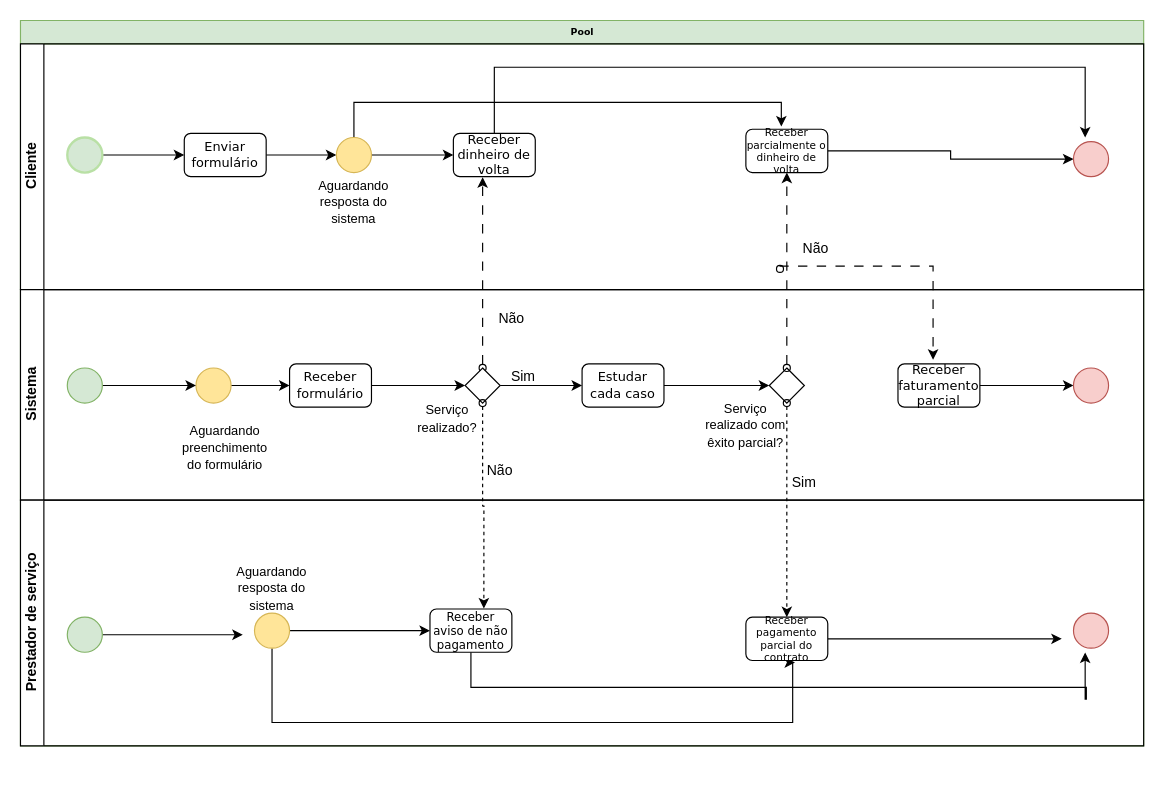
The draw.io diagram Reclamacao.drawio in ThePlano/Projeto-CC5511---ENGENHARIA-DE-SOFTWARE, before the edit. Source tidied: cells renumbered, new cells numbered last; positions are measured from the earlier drawing's top-left corner, leaving out a move shared by most shapes. Both pictures are drawn from the tidied source at 117%, with x=0, y=0 at pixel (20, 20).
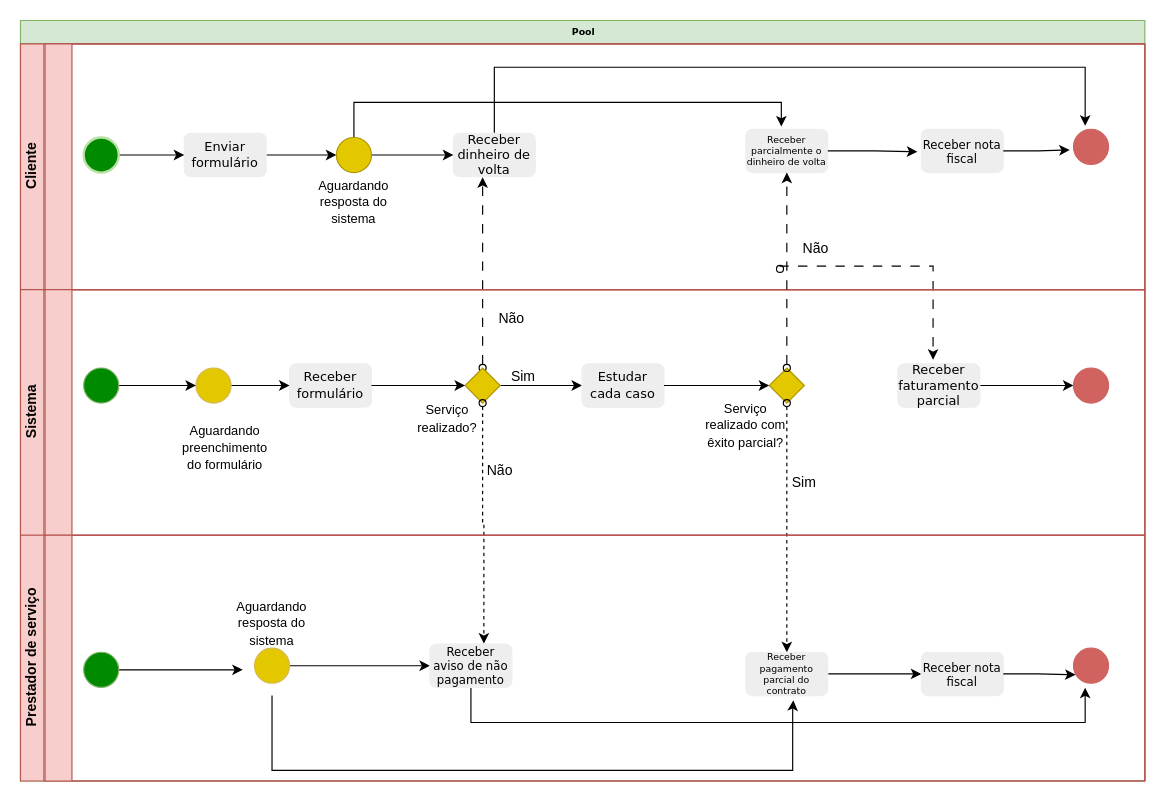
Above is the later version.

Diff of the diagram source:
```diff
@@
     <mxCell id="2" value="Pool" style="swimlane;html=1;horizontal=1;startSize=20;rounded=0;shadow=0;labelBackgroundColor=none;strokeWidth=1;fontFamily=Verdana;fontSize=8;align=center;fillColor=#d5e8d4;strokeColor=#82b366;" parent="1" vertex="1">
-      <mxGeometry width="960" height="620" as="geometry" />
+      <mxGeometry width="961" height="650" as="geometry" />
     </mxCell>
-    <mxCell id="3" value="Cliente" style="swimlane;html=1;startSize=20;horizontal=0;" parent="2" vertex="1">
-      <mxGeometry y="20" width="960" height="210" as="geometry" />
+    <mxCell id="3" value="Cliente" style="swimlane;html=1;startSize=20;horizontal=0;fillColor=#F8CECC;strokeColor=#B85450;" parent="2" vertex="1">
+      <mxGeometry y="20" width="961" height="210" as="geometry" />
     </mxCell>
@@
-    <mxCell id="5" value="&lt;font style=&quot;font-size: 11px;&quot;&gt;Enviar formulário&lt;/font&gt;" style="rounded=1;whiteSpace=wrap;html=1;shadow=0;labelBackgroundColor=none;strokeWidth=1;fontFamily=Verdana;fontSize=8;align=center;" parent="3" vertex="1">
+    <mxCell id="5" value="&lt;font style=&quot;font-size: 11px;&quot;&gt;Enviar formulário&lt;/font&gt;" style="rounded=1;whiteSpace=wrap;html=1;shadow=0;labelBackgroundColor=none;strokeWidth=1;fontFamily=Verdana;fontSize=8;align=center;fillColor=#EEEEEE;strokeColor=#EEEEEE;" parent="3" vertex="1">
       <mxGeometry x="140" y="76.5" width="70" height="37" as="geometry" />
     </mxCell>
@@
-    <mxCell id="7" style="ellipse;whiteSpace=wrap;html=1;rounded=0;shadow=0;labelBackgroundColor=none;strokeWidth=2;fontFamily=Verdana;fontSize=8;align=center;fillColor=#d5e8d4;strokeColor=#B9E0A5;" parent="3" vertex="1">
-      <mxGeometry x="40" y="80" width="30" height="30" as="geometry" />
-    </mxCell>
     <mxCell id="8" style="edgeStyle=orthogonalEdgeStyle;rounded=0;jettySize=auto;html=1;" parent="3" edge="1" source="9">
       <mxGeometry relative="1" as="geometry">
-        <mxPoint x="910" y="80" as="targetPoint" />
+        <mxPoint x="910" y="70" as="targetPoint" />
         <Array as="points">
           <mxPoint x="405" y="20" />
           <mxPoint x="910" y="20" />
         </Array>
       </mxGeometry>
     </mxCell>
-    <mxCell id="9" value="&lt;font style=&quot;font-size: 11px;&quot;&gt;Receber dinheiro de volta&lt;/font&gt;" style="rounded=1;whiteSpace=wrap;html=1;shadow=0;labelBackgroundColor=none;strokeWidth=1;fontFamily=Verdana;fontSize=8;align=center;" parent="3" vertex="1">
+    <mxCell id="9" value="&lt;font style=&quot;font-size: 11px;&quot;&gt;Receber dinheiro de volta&lt;/font&gt;" style="rounded=1;whiteSpace=wrap;html=1;shadow=0;labelBackgroundColor=none;strokeWidth=1;fontFamily=Verdana;fontSize=8;align=center;fillColor=#EEEEEE;strokeColor=#EEEEEE;" parent="3" vertex="1">
       <mxGeometry x="370" y="76.5" width="70" height="37" as="geometry" />
     </mxCell>
@@
-    <mxCell id="12" style="ellipse;whiteSpace=wrap;html=1;rounded=0;shadow=0;labelBackgroundColor=none;strokeWidth=1;fontFamily=Verdana;fontSize=8;align=center;fillColor=#FFE599;strokeColor=#d6b656;" parent="3" vertex="1">
+    <mxCell id="12" style="ellipse;whiteSpace=wrap;html=1;rounded=0;shadow=0;labelBackgroundColor=none;strokeWidth=1;fontFamily=Verdana;fontSize=8;align=center;fillColor=#E3C800;strokeColor=#B09500;" parent="3" vertex="1">
       <mxGeometry x="270" y="80" width="30" height="30" as="geometry" />
     </mxCell>
@@
-    <mxCell id="15" style="edgeStyle=orthogonalEdgeStyle;rounded=0;jettySize=auto;html=1;entryX=0;entryY=0.5;entryDx=0;entryDy=0;" parent="3" edge="1" source="16" target="17">
-      <mxGeometry relative="1" as="geometry" />
-    </mxCell>
-    <mxCell id="16" value="&lt;font style=&quot;font-size: 9px;&quot;&gt;Receber parcialmente o dinheiro de volta&lt;/font&gt;" style="rounded=1;whiteSpace=wrap;html=1;shadow=0;labelBackgroundColor=none;strokeWidth=1;fontFamily=Verdana;fontSize=8;align=center;" parent="3" vertex="1">
+    <mxCell id="16" value="&lt;font style=&quot;font-size: 8px;&quot;&gt;Receber parcialmente o dinheiro de volta&lt;/font&gt;" style="rounded=1;whiteSpace=wrap;html=1;shadow=0;labelBackgroundColor=none;strokeWidth=1;fontFamily=Verdana;fontSize=8;align=center;fillColor=#EEEEEE;strokeColor=#EEEEEE;" parent="3" vertex="1">
       <mxGeometry x="620" y="73" width="70" height="37" as="geometry" />
     </mxCell>
-    <mxCell id="17" style="ellipse;whiteSpace=wrap;html=1;rounded=0;shadow=0;labelBackgroundColor=none;strokeWidth=1;fontFamily=Verdana;fontSize=8;align=center;fillColor=#f8cecc;strokeColor=#b85450;" parent="3" vertex="1">
-      <mxGeometry x="900" y="83.5" width="30" height="30" as="geometry" />
+    <mxCell id="17" style="ellipse;whiteSpace=wrap;html=1;rounded=0;shadow=0;labelBackgroundColor=none;strokeWidth=1;fontFamily=Verdana;fontSize=8;align=center;fillColor=#D0635F;strokeColor=#D0635F;" parent="3" vertex="1">
+      <mxGeometry x="900" y="73" width="30" height="30" as="geometry" />
     </mxCell>
+    <mxCell id="57" value="&lt;font style=&quot;font-size: 10px;&quot;&gt;Receber nota fiscal&lt;/font&gt;" style="rounded=1;whiteSpace=wrap;html=1;shadow=0;labelBackgroundColor=none;strokeWidth=1;fontFamily=Verdana;fontSize=8;align=center;fillColor=#EEEEEE;strokeColor=#EEEEEE;" parent="3" vertex="1">
+      <mxGeometry x="770" y="73" width="70" height="37" as="geometry" />
+    </mxCell>
+    <mxCell id="58" style="edgeStyle=orthogonalEdgeStyle;rounded=0;jettySize=auto;html=1;entryX=-0.049;entryY=0.518;entryDx=0;entryDy=0;entryPerimeter=0;" parent="3" edge="1" source="16" target="57">
+      <mxGeometry relative="1" as="geometry" />
+    </mxCell>
+    <mxCell id="59" style="edgeStyle=orthogonalEdgeStyle;rounded=0;jettySize=auto;html=1;entryX=-0.107;entryY=0.588;entryDx=0;entryDy=0;entryPerimeter=0;" parent="3" edge="1" source="57" target="17">
+      <mxGeometry relative="1" as="geometry" />
+    </mxCell>
+    <mxCell id="60" style="swimlane;horizontal=0;whiteSpace=wrap;html=1;fillColor=#F8CECC;strokeColor=#B85450;" parent="3" vertex="1">
+      <mxGeometry x="21" width="940" height="210" as="geometry" />
+    </mxCell>
+    <mxCell id="7" style="ellipse;whiteSpace=wrap;html=1;rounded=0;shadow=0;labelBackgroundColor=none;strokeWidth=2;fontFamily=Verdana;fontSize=8;align=center;fillColor=#008A00;strokeColor=#B9E0A5;" parent="60" vertex="1">
+      <mxGeometry x="33" y="80" width="30" height="30" as="geometry" />
+    </mxCell>
-    <mxCell id="18" value="Sistema" style="swimlane;html=1;startSize=20;horizontal=0;" parent="2" vertex="1">
-      <mxGeometry y="230" width="960" height="180" as="geometry" />
+    <mxCell id="18" value="Sistema" style="swimlane;html=1;startSize=20;horizontal=0;fillColor=#F8CECC;strokeColor=#B85450;" parent="2" vertex="1">
+      <mxGeometry y="230" width="961" height="210" as="geometry" />
     </mxCell>
-    <mxCell id="19" value="&lt;font style=&quot;font-size: 11px;&quot;&gt;Receber formulário&lt;/font&gt;" style="rounded=1;whiteSpace=wrap;html=1;shadow=0;labelBackgroundColor=none;strokeWidth=1;fontFamily=Verdana;fontSize=8;align=center;" parent="18" vertex="1">
+    <mxCell id="19" value="&lt;font style=&quot;font-size: 11px;&quot;&gt;Receber formulário&lt;/font&gt;" style="rounded=1;whiteSpace=wrap;html=1;shadow=0;labelBackgroundColor=none;strokeWidth=1;fontFamily=Verdana;fontSize=8;align=center;strokeColor=#EEEEEE;fillColor=#EEEEEE;" parent="18" vertex="1">
       <mxGeometry x="230" y="63.5" width="70" height="37" as="geometry" />
     </mxCell>
@@
-    <mxCell id="21" style="strokeWidth=1;html=1;shape=mxgraph.flowchart.decision;whiteSpace=wrap;rounded=1;shadow=0;labelBackgroundColor=none;fontFamily=Verdana;fontSize=8;align=center;" parent="18" vertex="1">
+    <mxCell id="21" style="strokeWidth=1;html=1;shape=mxgraph.flowchart.decision;whiteSpace=wrap;rounded=1;shadow=0;labelBackgroundColor=none;fontFamily=Verdana;fontSize=8;align=center;fillColor=#E3C800;strokeColor=#B09500;" parent="18" vertex="1">
       <mxGeometry x="380" y="67" width="30" height="30" as="geometry" />
     </mxCell>
@@
-    <mxCell id="23" style="ellipse;whiteSpace=wrap;html=1;rounded=0;shadow=0;labelBackgroundColor=none;strokeWidth=1;fontFamily=Verdana;fontSize=8;align=center;fillColor=#FFE599;strokeColor=#d6b656;" parent="18" vertex="1">
+    <mxCell id="23" style="ellipse;whiteSpace=wrap;html=1;rounded=0;shadow=0;labelBackgroundColor=none;strokeWidth=1;fontFamily=Verdana;fontSize=8;align=center;fillColor=#E3C800;strokeColor=#d6b656;" parent="18" vertex="1">
       <mxGeometry x="150" y="67" width="30" height="30" as="geometry" />
     </mxCell>
@@
-    <mxCell id="26" value="&lt;font style=&quot;font-size: 11px;&quot;&gt;Estudar cada caso&lt;/font&gt;" style="rounded=1;whiteSpace=wrap;html=1;shadow=0;labelBackgroundColor=none;strokeWidth=1;fontFamily=Verdana;fontSize=8;align=center;" parent="18" vertex="1">
+    <mxCell id="26" value="&lt;font style=&quot;font-size: 11px;&quot;&gt;Estudar cada caso&lt;/font&gt;" style="rounded=1;whiteSpace=wrap;html=1;shadow=0;labelBackgroundColor=none;strokeWidth=1;fontFamily=Verdana;fontSize=8;align=center;fillColor=#EEEEEE;strokeColor=#EEEEEE;" parent="18" vertex="1">
       <mxGeometry x="480" y="63.5" width="70" height="37" as="geometry" />
     </mxCell>
@@
-    <mxCell id="28" style="strokeWidth=1;html=1;shape=mxgraph.flowchart.decision;whiteSpace=wrap;rounded=1;shadow=0;labelBackgroundColor=none;fontFamily=Verdana;fontSize=8;align=center;" parent="18" vertex="1">
+    <mxCell id="28" style="strokeWidth=1;html=1;shape=mxgraph.flowchart.decision;whiteSpace=wrap;rounded=1;shadow=0;labelBackgroundColor=none;fontFamily=Verdana;fontSize=8;align=center;fillColor=#E3C800;strokeColor=#B09500;" parent="18" vertex="1">
       <mxGeometry x="640" y="67" width="30" height="30" as="geometry" />
     </mxCell>
@@
-    <mxCell id="32" value="&lt;font style=&quot;font-size: 11px;&quot;&gt;Receber faturamento parcial&lt;/font&gt;" style="rounded=1;whiteSpace=wrap;html=1;shadow=0;labelBackgroundColor=none;strokeWidth=1;fontFamily=Verdana;fontSize=8;align=center;" parent="18" vertex="1">
+    <mxCell id="32" value="&lt;font style=&quot;font-size: 11px;&quot;&gt;Receber faturamento parcial&lt;/font&gt;" style="rounded=1;whiteSpace=wrap;html=1;shadow=0;labelBackgroundColor=none;strokeWidth=1;fontFamily=Verdana;fontSize=8;align=center;fillColor=#EEEEEE;strokeColor=#EEEEEE;" parent="18" vertex="1">
       <mxGeometry x="750" y="63.5" width="70" height="37" as="geometry" />
     </mxCell>
-    <mxCell id="33" style="ellipse;whiteSpace=wrap;html=1;rounded=0;shadow=0;labelBackgroundColor=none;strokeWidth=1;fontFamily=Verdana;fontSize=8;align=center;fillColor=#f8cecc;strokeColor=#b85450;" parent="18" vertex="1">
+    <mxCell id="33" style="ellipse;whiteSpace=wrap;html=1;rounded=0;shadow=0;labelBackgroundColor=none;strokeWidth=1;fontFamily=Verdana;fontSize=8;align=center;fillColor=#D0635F;strokeColor=#D0635F;" parent="18" vertex="1">
       <mxGeometry x="900" y="67" width="30" height="30" as="geometry" />
     </mxCell>
@@
-    <mxCell id="35" style="ellipse;whiteSpace=wrap;html=1;rounded=0;shadow=0;labelBackgroundColor=none;strokeWidth=1;fontFamily=Verdana;fontSize=8;align=center;fillColor=#d5e8d4;strokeColor=#82b366;" parent="18" vertex="1">
-      <mxGeometry x="40" y="67" width="30" height="30" as="geometry" />
-    </mxCell>
@@
+    <mxCell id="61" style="swimlane;horizontal=0;whiteSpace=wrap;html=1;fillColor=#F8CECC;strokeColor=#B85450;" parent="18" vertex="1">
+      <mxGeometry x="21" width="940" height="210" as="geometry" />
+    </mxCell>
+    <mxCell id="35" style="ellipse;whiteSpace=wrap;html=1;rounded=0;shadow=0;labelBackgroundColor=none;strokeWidth=1;fontFamily=Verdana;fontSize=8;align=center;fillColor=#008A00;strokeColor=#82b366;" parent="61" vertex="1">
+      <mxGeometry x="33" y="67" width="30" height="30" as="geometry" />
+    </mxCell>
@@
-    <mxCell id="44" value="Prestador de serviço" style="swimlane;html=1;startSize=20;horizontal=0;" parent="2" vertex="1">
-      <mxGeometry y="410" width="960" height="210" as="geometry" />
+    <mxCell id="44" value="Prestador de serviço" style="swimlane;html=1;startSize=20;horizontal=0;fillColor=#F8CECC;strokeColor=#B85450;" parent="2" vertex="1">
+      <mxGeometry y="440" width="961" height="210" as="geometry" />
     </mxCell>
@@
-    <mxCell id="46" style="ellipse;whiteSpace=wrap;html=1;rounded=0;shadow=0;labelBackgroundColor=none;strokeWidth=1;fontFamily=Verdana;fontSize=8;align=center;fillColor=#d5e8d4;strokeColor=#82b366;" parent="44" vertex="1">
-      <mxGeometry x="40" y="100" width="30" height="30" as="geometry" />
-    </mxCell>
@@
-    <mxCell id="48" style="edgeStyle=orthogonalEdgeStyle;rounded=0;jettySize=auto;html=1;entryX=0.6;entryY=1.045;entryDx=0;entryDy=0;entryPerimeter=0;" parent="44" edge="1" source="49" target="53">
+    <mxCell id="48" style="edgeStyle=orthogonalEdgeStyle;rounded=0;jettySize=auto;html=1;entryX=0.58;entryY=1.11;entryDx=0;entryDy=0;entryPerimeter=0;" parent="44" edge="1" target="53">
       <mxGeometry relative="1" as="geometry">
+        <mxPoint x="215" y="137" as="sourcePoint" />
         <Array as="points">
-          <mxPoint x="215" y="190" />
-          <mxPoint x="660" y="190" />
-          <mxPoint x="660" y="139" />
+          <mxPoint x="215" y="201" />
+          <mxPoint x="660" y="201" />
+          <mxPoint x="660" y="150" />
+          <mxPoint x="661" y="150" />
         </Array>
       </mxGeometry>
     </mxCell>
-    <mxCell id="49" style="ellipse;whiteSpace=wrap;html=1;rounded=0;shadow=0;labelBackgroundColor=none;strokeWidth=1;fontFamily=Verdana;fontSize=8;align=center;fillColor=#FFE599;strokeColor=#d6b656;" parent="44" vertex="1">
+    <mxCell id="49" style="ellipse;whiteSpace=wrap;html=1;rounded=0;shadow=0;labelBackgroundColor=none;strokeWidth=1;fontFamily=Verdana;fontSize=8;align=center;fillColor=#E3C800;strokeColor=#d6b656;" parent="44" vertex="1">
       <mxGeometry x="200" y="96.5" width="30" height="30" as="geometry" />
     </mxCell>
     <mxCell id="50" style="edgeStyle=orthogonalEdgeStyle;rounded=0;jettySize=auto;html=1;entryX=0.333;entryY=1.124;entryDx=0;entryDy=0;entryPerimeter=0;" parent="44" edge="1" source="51" target="55">
       <mxGeometry relative="1" as="geometry">
         <Array as="points">
           <mxPoint x="385" y="160" />
-          <mxPoint x="911" y="160" />
-          <mxPoint x="911" y="170" />
-          <mxPoint x="910" y="170" />
+          <mxPoint x="910" y="160" />
         </Array>
       </mxGeometry>
     </mxCell>
-    <mxCell id="51" value="&lt;font style=&quot;font-size: 10px;&quot;&gt;Receber aviso de não pagamento&lt;/font&gt;" style="rounded=1;whiteSpace=wrap;html=1;shadow=0;labelBackgroundColor=none;strokeWidth=1;fontFamily=Verdana;fontSize=8;align=center;" parent="44" vertex="1">
+    <mxCell id="51" value="&lt;font style=&quot;font-size: 10px;&quot;&gt;Receber aviso de não pagamento&lt;/font&gt;" style="rounded=1;whiteSpace=wrap;html=1;shadow=0;labelBackgroundColor=none;strokeWidth=1;fontFamily=Verdana;fontSize=8;align=center;fillColor=#EEEEEE;strokeColor=#EEEEEE;" parent="44" vertex="1">
       <mxGeometry x="350" y="93" width="70" height="37" as="geometry" />
     </mxCell>
-    <mxCell id="52" style="edgeStyle=orthogonalEdgeStyle;rounded=0;jettySize=auto;html=1;" parent="44" edge="1" source="53">
-      <mxGeometry relative="1" as="geometry">
-        <mxPoint x="890" y="118.5" as="targetPoint" />
-      </mxGeometry>
-    </mxCell>
+    <mxCell id="62" style="edgeStyle=orthogonalEdgeStyle;rounded=0;jettySize=auto;html=1;entryX=0;entryY=0.5;entryDx=0;entryDy=0;" parent="44" edge="1" source="53" target="63">
+      <mxGeometry relative="1" as="geometry" />
+    </mxCell>
-    <mxCell id="53" value="&lt;font style=&quot;font-size: 9px;&quot;&gt;Receber pagamento parcial do contrato&lt;/font&gt;" style="rounded=1;whiteSpace=wrap;html=1;shadow=0;labelBackgroundColor=none;strokeWidth=1;fontFamily=Verdana;fontSize=8;align=center;" parent="44" vertex="1">
+    <mxCell id="53" value="&lt;font style=&quot;font-size: 8px;&quot;&gt;Receber pagamento parcial do contrato&lt;/font&gt;" style="rounded=1;whiteSpace=wrap;html=1;shadow=0;labelBackgroundColor=none;strokeWidth=1;fontFamily=Verdana;fontSize=8;align=center;fillColor=#EEEEEE;strokeColor=#EEEEEE;" parent="44" vertex="1">
       <mxGeometry x="620" y="100" width="70" height="37" as="geometry" />
     </mxCell>
@@
-    <mxCell id="55" style="ellipse;whiteSpace=wrap;html=1;rounded=0;shadow=0;labelBackgroundColor=none;strokeWidth=1;fontFamily=Verdana;fontSize=8;align=center;fillColor=#f8cecc;strokeColor=#b85450;" parent="44" vertex="1">
+    <mxCell id="55" style="ellipse;whiteSpace=wrap;html=1;rounded=0;shadow=0;labelBackgroundColor=none;strokeWidth=1;fontFamily=Verdana;fontSize=8;align=center;fillColor=#D0635F;strokeColor=#D0635F;" parent="44" vertex="1">
       <mxGeometry x="900" y="96.5" width="30" height="30" as="geometry" />
     </mxCell>
+    <mxCell id="63" value="&lt;font style=&quot;font-size: 10px;&quot;&gt;Receber nota fiscal&lt;/font&gt;" style="rounded=1;whiteSpace=wrap;html=1;shadow=0;labelBackgroundColor=none;strokeWidth=1;fontFamily=Verdana;fontSize=8;align=center;fillColor=#EEEEEE;strokeColor=#EEEEEE;" parent="44" vertex="1">
+      <mxGeometry x="770" y="100" width="70" height="37" as="geometry" />
+    </mxCell>
+    <mxCell id="64" style="edgeStyle=orthogonalEdgeStyle;rounded=0;jettySize=auto;html=1;entryX=0.061;entryY=0.758;entryDx=0;entryDy=0;entryPerimeter=0;" parent="44" edge="1" source="63" target="55">
+      <mxGeometry relative="1" as="geometry" />
+    </mxCell>
+    <mxCell id="65" style="swimlane;horizontal=0;whiteSpace=wrap;html=1;startSize=23;fillColor=#F8CECC;strokeColor=#B85450;" parent="44" vertex="1">
+      <mxGeometry x="21" width="940" height="210" as="geometry" />
+    </mxCell>
+    <mxCell id="46" style="ellipse;whiteSpace=wrap;html=1;rounded=0;shadow=0;labelBackgroundColor=none;strokeWidth=1;fontFamily=Verdana;fontSize=8;align=center;fillColor=#008A00;strokeColor=#82b366;" parent="65" vertex="1">
+      <mxGeometry x="33" y="100" width="30" height="30" as="geometry" />
+    </mxCell>
```
